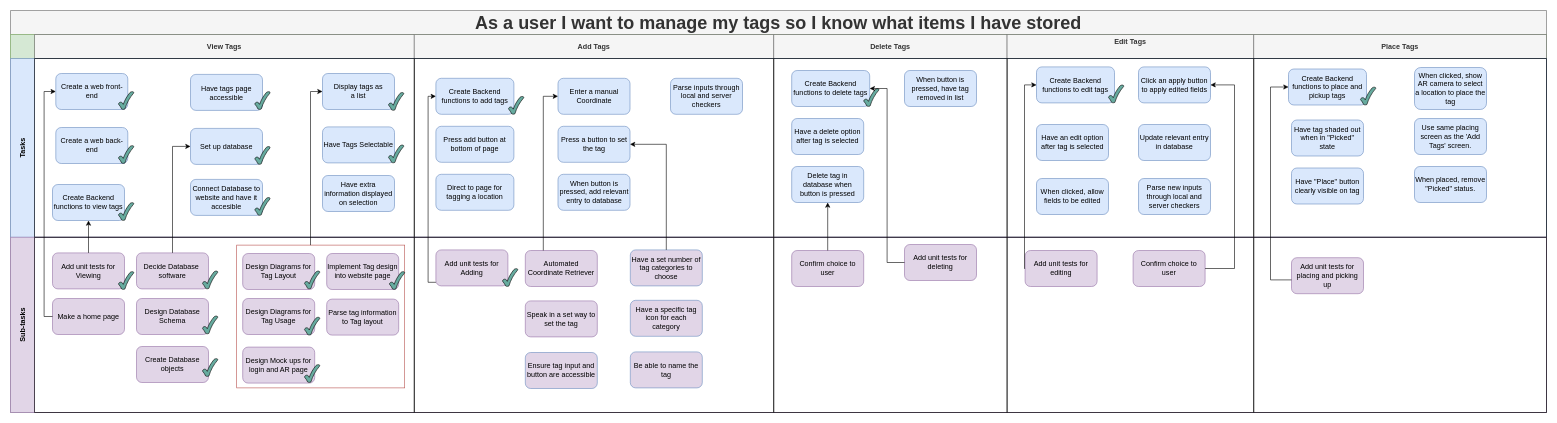
The draw.io diagram Documentation/Project Diagrams/Story Maps/Manage Tag Theme.drawio in ickeyben123/AR, before the edit. Source tidied: cells renumbered, new cells numbered last; positions are measured from the earlier drawing's top-left corner, leaving out a move shared by most shapes. Both pictures are drawn from the tidied source at 60%, with x=0, y=0 at pixel (10, 10).
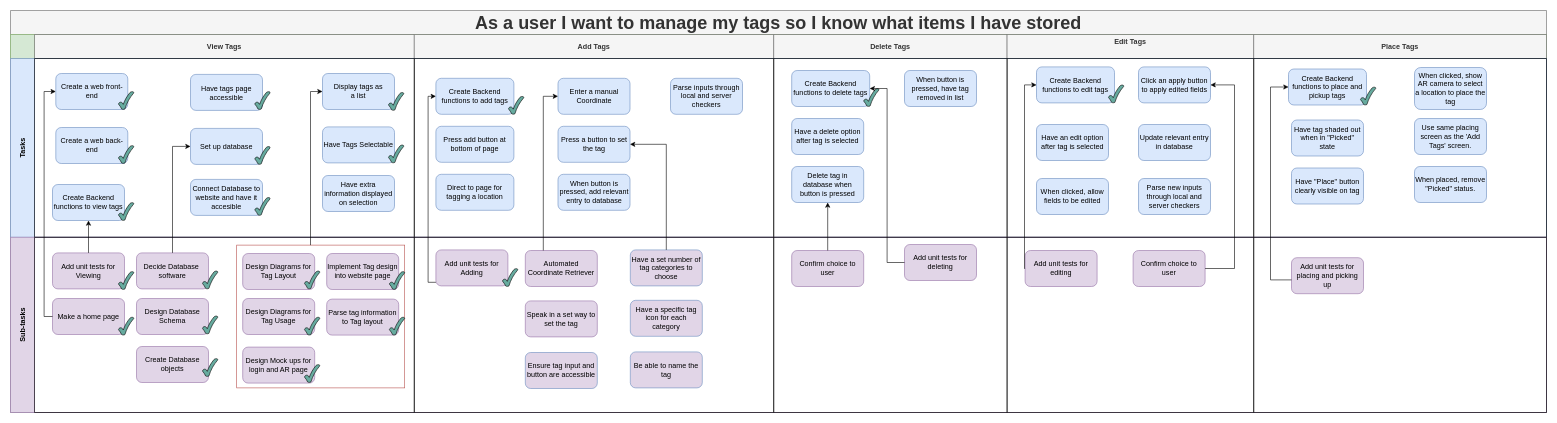
After the change.

The change refers to these unchanged cells:
```xml
<mxCell id="60" style="swimlane;startSize=0;html=1;whiteSpace=wrap;" parent="59" vertex="1">
  <mxGeometry x="40" width="633" height="292" as="geometry" />
</mxCell>
```

Diff of the diagram source:
```diff
@@
+    <mxCell id="109" style="verticalLabelPosition=bottom;verticalAlign=top;html=1;shape=mxgraph.basic.tick;fillColor=#67AB9F;" parent="60" vertex="1">
+      <mxGeometry x="140" y="133" width="25.5" height="30" as="geometry" />
+    </mxCell>
+    <mxCell id="110" style="verticalLabelPosition=bottom;verticalAlign=top;html=1;shape=mxgraph.basic.tick;fillColor=#67AB9F;" parent="60" vertex="1">
+      <mxGeometry x="591.5" y="133" width="25.5" height="30" as="geometry" />
+    </mxCell>
```
